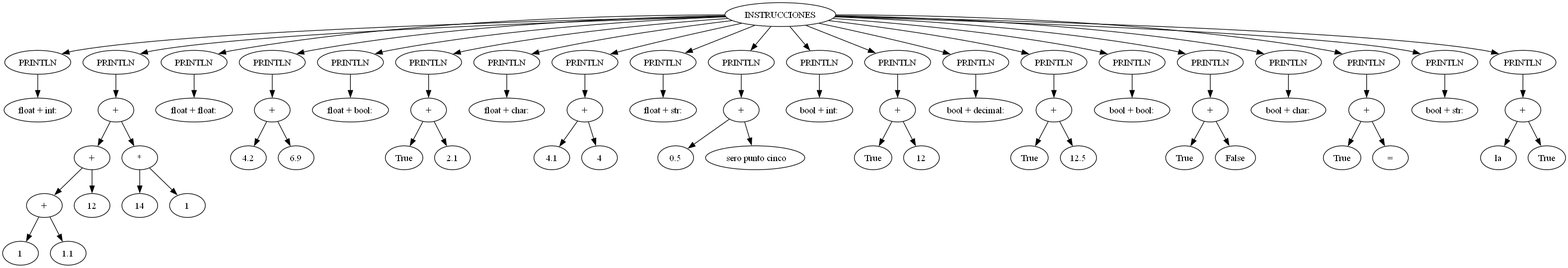
Before: backend/AST.png, a diagram exported from Graphviz (AlvaroCeballos/OLC1_VJ2025_G5). Its source is kept beside it as backend/AST.dot. Source of this version:
```dot
digraph {
	0 [label = "INSTRUCCIONES"];
	47 [label = "PRINTLN"];
	48 [label = "float + int:"];
	49 [label = "PRINTLN"];
	50 [label = "+"];
	51 [label = "+"];
	52 [label = "+"];
	53 [label = "1"];
	54 [label = "1.1"];
	55 [label = "12"];
	56 [label = "*"];
	57 [label = "14"];
	58 [label = "1"];
	59 [label = "PRINTLN"];
	60 [label = "float + float:"];
	61 [label = "PRINTLN"];
	62 [label = "+"];
	63 [label = "4.2"];
	64 [label = "6.9"];
	65 [label = "PRINTLN"];
	66 [label = "float + bool:"];
	67 [label = "PRINTLN"];
	68 [label = "+"];
	69 [label = "True"];
	70 [label = "2.1"];
	71 [label = "PRINTLN"];
	72 [label = "float + char:"];
	73 [label = "PRINTLN"];
	74 [label = "+"];
	75 [label = "4.1"];
	76 [label = "4"];
	77 [label = "PRINTLN"];
	78 [label = "float + str:"];
	79 [label = "PRINTLN"];
	80 [label = "+"];
	81 [label = "0.5"];
	82 [label = " sero punto cinco"];
	83 [label = "PRINTLN"];
	84 [label = "bool + int:"];
	85 [label = "PRINTLN"];
	86 [label = "+"];
	87 [label = "True"];
	88 [label = "12"];
	89 [label = "PRINTLN"];
	90 [label = "bool + decimal:"];
	91 [label = "PRINTLN"];
	92 [label = "+"];
	93 [label = "True"];
	94 [label = "12.5"];
	95 [label = "PRINTLN"];
	96 [label = "bool + bool:"];
	97 [label = "PRINTLN"];
	98 [label = "+"];
	99 [label = "True"];
	100 [label = "False"];
	101 [label = "PRINTLN"];
	102 [label = "bool + char:"];
	103 [label = "PRINTLN"];
	104 [label = "+"];
	105 [label = "True"];
	106 [label = "="];
	107 [label = "PRINTLN"];
	108 [label = "bool + str:"];
	109 [label = "PRINTLN"];
	110 [label = "+"];
	111 [label = "la"];
	112 [label = "True"];
	0 -> 47;
	47 -> 48;
	0 -> 49;
	49 -> 50;
	50 -> 51;
	51 -> 52;
	52 -> 53;
	52 -> 54;
	51 -> 55;
	50 -> 56;
	56 -> 57;
	56 -> 58;
	0 -> 59;
	59 -> 60;
	0 -> 61;
	61 -> 62;
	62 -> 63;
	62 -> 64;
	0 -> 65;
	65 -> 66;
	0 -> 67;
	67 -> 68;
	68 -> 69;
	68 -> 70;
	0 -> 71;
	71 -> 72;
	0 -> 73;
	73 -> 74;
	74 -> 75;
	74 -> 76;
	0 -> 77;
	77 -> 78;
	0 -> 79;
	79 -> 80;
	80 -> 81;
	80 -> 82;
	0 -> 83;
	83 -> 84;
	0 -> 85;
	85 -> 86;
	86 -> 87;
	86 -> 88;
	0 -> 89;
	89 -> 90;
	0 -> 91;
	91 -> 92;
	92 -> 93;
	92 -> 94;
	0 -> 95;
	95 -> 96;
	0 -> 97;
	97 -> 98;
	98 -> 99;
	98 -> 100;
	0 -> 101;
	101 -> 102;
	0 -> 103;
	103 -> 104;
	104 -> 105;
	104 -> 106;
	0 -> 107;
	107 -> 108;
	0 -> 109;
	109 -> 110;
	110 -> 111;
	110 -> 112;
}
```
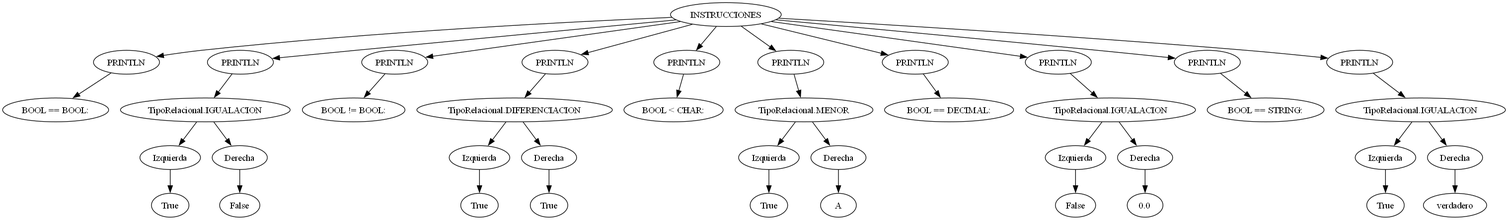
The same diagram one commit later.

Change to the diagram source:
```diff
@@ -1,135 +1,83 @@
 digraph {
 	0 [label = "INSTRUCCIONES"];
+	45 [label = "PRINTLN"];
+	46 [label = "BOOL == BOOL:"];
 	47 [label = "PRINTLN"];
-	48 [label = "float + int:"];
-	49 [label = "PRINTLN"];
-	50 [label = "+"];
-	51 [label = "+"];
-	52 [label = "+"];
-	53 [label = "1"];
-	54 [label = "1.1"];
-	55 [label = "12"];
-	56 [label = "*"];
-	57 [label = "14"];
-	58 [label = "1"];
-	59 [label = "PRINTLN"];
-	60 [label = "float + float:"];
+	48 [label = "TipoRelacional.IGUALACION"];
+	49 [label = "Izquierda"];
+	50 [label = "True"];
+	51 [label = "Derecha"];
+	52 [label = "False"];
+	53 [label = "PRINTLN"];
+	54 [label = "BOOL != BOOL:"];
+	55 [label = "PRINTLN"];
+	56 [label = "TipoRelacional.DIFERENCIACION"];
+	57 [label = "Izquierda"];
+	58 [label = "True"];
+	59 [label = "Derecha"];
+	60 [label = "True"];
 	61 [label = "PRINTLN"];
-	62 [label = "+"];
-	63 [label = "4.2"];
-	64 [label = "6.9"];
-	65 [label = "PRINTLN"];
-	66 [label = "float + bool:"];
-	67 [label = "PRINTLN"];
-	68 [label = "+"];
-	69 [label = "True"];
-	70 [label = "2.1"];
+	62 [label = "BOOL < CHAR:"];
+	63 [label = "PRINTLN"];
+	64 [label = "TipoRelacional.MENOR"];
+	65 [label = "Izquierda"];
+	66 [label = "True"];
+	67 [label = "Derecha"];
+	68 [label = "A"];
+	69 [label = "PRINTLN"];
+	70 [label = "BOOL == DECIMAL:"];
 	71 [label = "PRINTLN"];
-	72 [label = "float + char:"];
-	73 [label = "PRINTLN"];
-	74 [label = "+"];
-	75 [label = "4.1"];
-	76 [label = "4"];
+	72 [label = "TipoRelacional.IGUALACION"];
+	73 [label = "Izquierda"];
+	74 [label = "False"];
+	75 [label = "Derecha"];
+	76 [label = "0.0"];
 	77 [label = "PRINTLN"];
-	78 [label = "float + str:"];
+	78 [label = "BOOL == STRING:"];
 	79 [label = "PRINTLN"];
-	80 [label = "+"];
-	81 [label = "0.5"];
-	82 [label = " sero punto cinco"];
-	83 [label = "PRINTLN"];
-	84 [label = "bool + int:"];
-	85 [label = "PRINTLN"];
-	86 [label = "+"];
-	87 [label = "True"];
-	88 [label = "12"];
-	89 [label = "PRINTLN"];
-	90 [label = "bool + decimal:"];
-	91 [label = "PRINTLN"];
-	92 [label = "+"];
-	93 [label = "True"];
-	94 [label = "12.5"];
-	95 [label = "PRINTLN"];
-	96 [label = "bool + bool:"];
-	97 [label = "PRINTLN"];
-	98 [label = "+"];
-	99 [label = "True"];
-	100 [label = "False"];
-	101 [label = "PRINTLN"];
-	102 [label = "bool + char:"];
-	103 [label = "PRINTLN"];
-	104 [label = "+"];
-	105 [label = "True"];
-	106 [label = "="];
-	107 [label = "PRINTLN"];
-	108 [label = "bool + str:"];
-	109 [label = "PRINTLN"];
-	110 [label = "+"];
-	111 [label = "la"];
-	112 [label = "True"];
+	80 [label = "TipoRelacional.IGUALACION"];
+	81 [label = "Izquierda"];
+	82 [label = "True"];
+	83 [label = "Derecha"];
+	84 [label = "verdadero"];
+	0 -> 45;
+	45 -> 46;
 	0 -> 47;
 	47 -> 48;
-	0 -> 49;
+	48 -> 49;
 	49 -> 50;
-	50 -> 51;
+	48 -> 51;
 	51 -> 52;
-	52 -> 53;
-	52 -> 54;
-	51 -> 55;
-	50 -> 56;
+	0 -> 53;
+	53 -> 54;
+	0 -> 55;
+	55 -> 56;
 	56 -> 57;
-	56 -> 58;
-	0 -> 59;
+	57 -> 58;
+	56 -> 59;
 	59 -> 60;
 	0 -> 61;
 	61 -> 62;
-	62 -> 63;
-	62 -> 64;
-	0 -> 65;
+	0 -> 63;
+	63 -> 64;
+	64 -> 65;
 	65 -> 66;
-	0 -> 67;
+	64 -> 67;
 	67 -> 68;
-	68 -> 69;
-	68 -> 70;
+	0 -> 69;
+	69 -> 70;
 	0 -> 71;
 	71 -> 72;
-	0 -> 73;
+	72 -> 73;
 	73 -> 74;
-	74 -> 75;
-	74 -> 76;
+	72 -> 75;
+	75 -> 76;
 	0 -> 77;
 	77 -> 78;
 	0 -> 79;
 	79 -> 80;
 	80 -> 81;
-	80 -> 82;
-	0 -> 83;
+	81 -> 82;
+	80 -> 83;
 	83 -> 84;
-	0 -> 85;
-	85 -> 86;
-	86 -> 87;
-	86 -> 88;
-	0 -> 89;
-	89 -> 90;
-	0 -> 91;
-	91 -> 92;
-	92 -> 93;
-	92 -> 94;
-	0 -> 95;
-	95 -> 96;
-	0 -> 97;
-	97 -> 98;
-	98 -> 99;
-	98 -> 100;
-	0 -> 101;
-	101 -> 102;
-	0 -> 103;
-	103 -> 104;
-	104 -> 105;
-	104 -> 106;
-	0 -> 107;
-	107 -> 108;
-	0 -> 109;
-	109 -> 110;
-	110 -> 111;
-	110 -> 112;
 }
```
